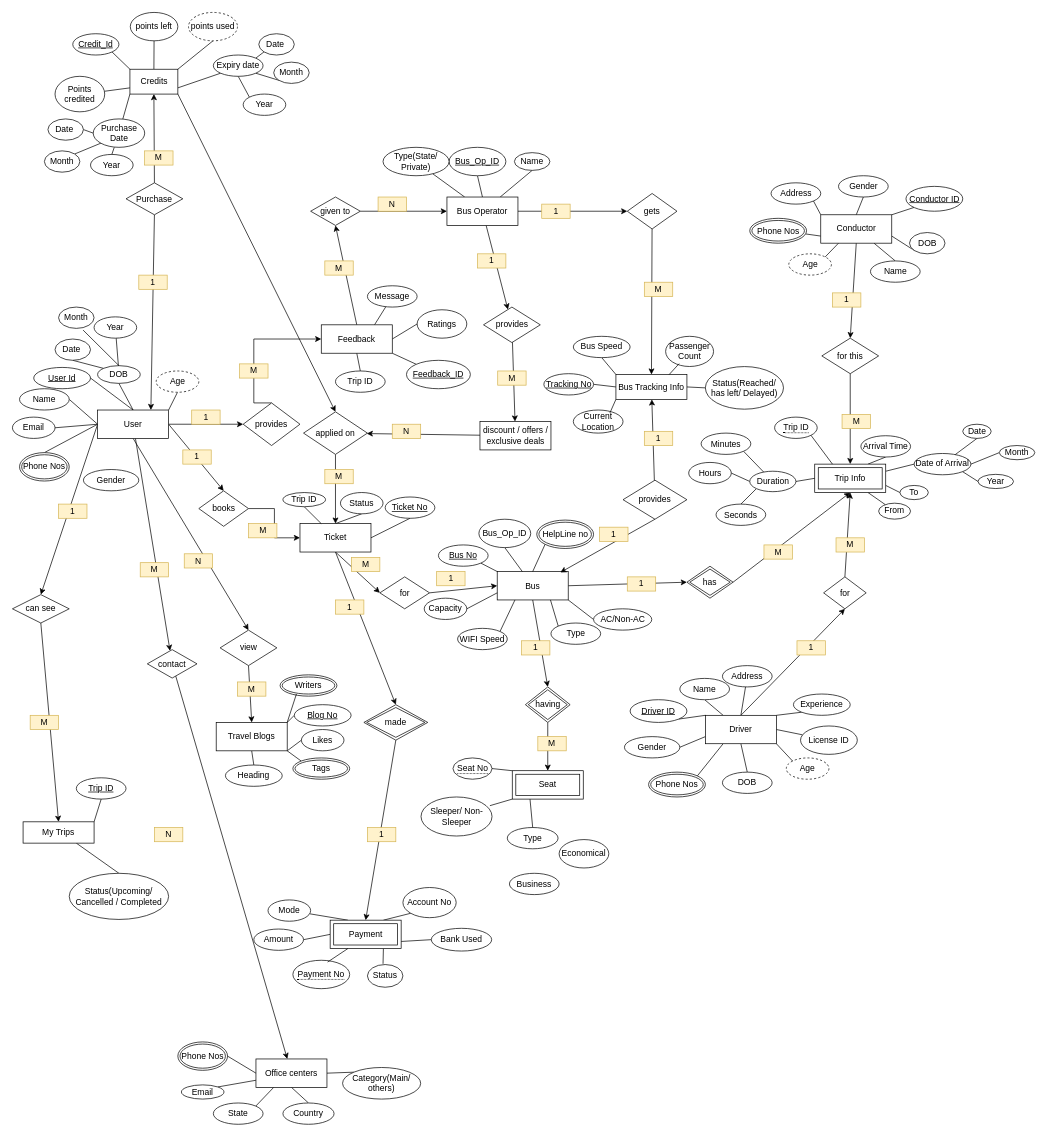
Before: Assignment1B.drawio in ritu456286/DBMS, a draw.io diagram. Source tidied: cells renumbered, new cells numbered last; positions are measured from the earlier drawing's top-left corner, leaving out a move shared by most shapes. Both pictures are drawn from the tidied source at 71%, with x=0, y=0 at pixel (12, 12).
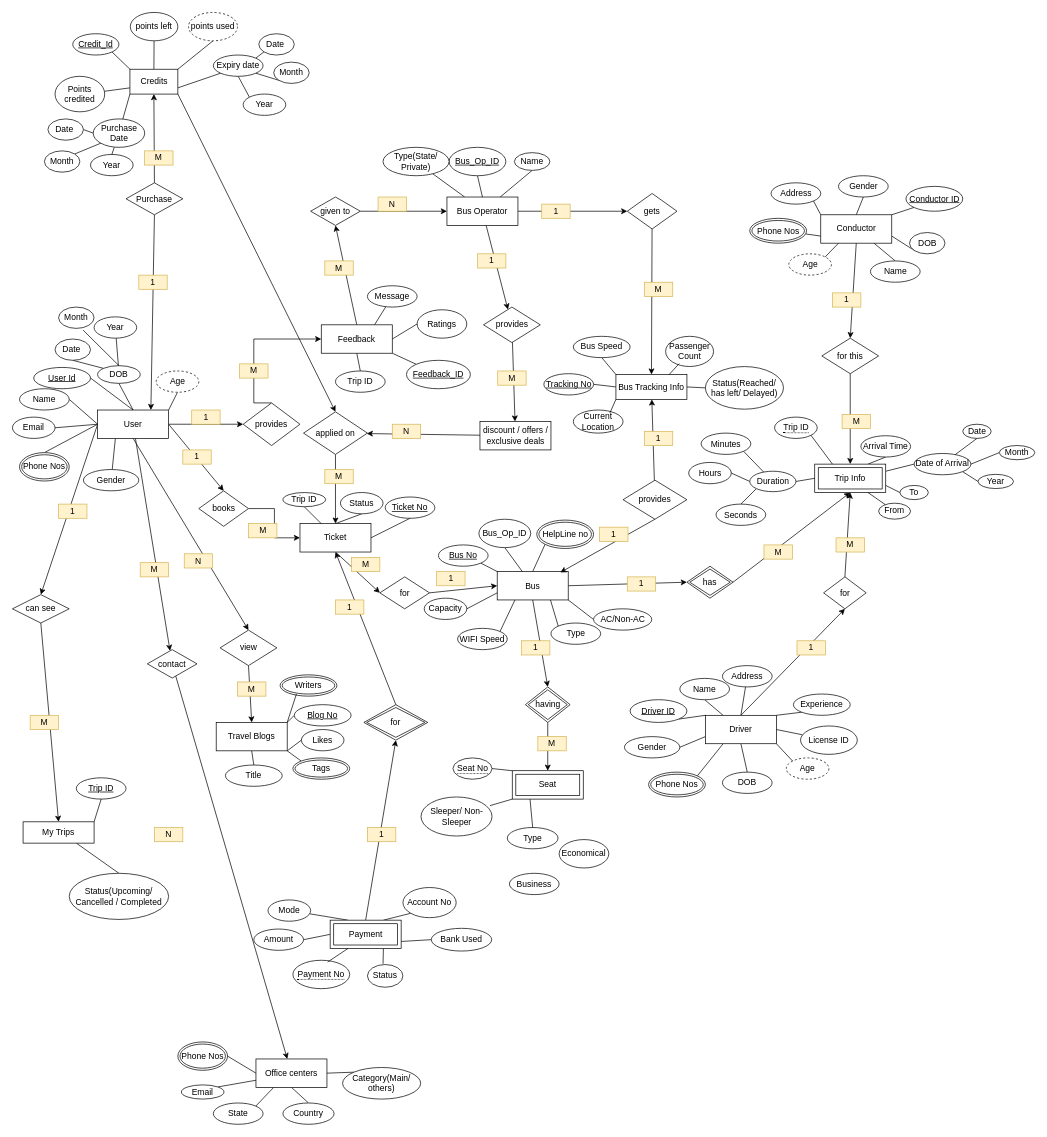
After the change.

Unchanged cells that the change refers to:
```xml
<mxCell id="13" value="User" style="whiteSpace=wrap;html=1;align=center;" parent="1" vertex="1">
  <mxGeometry x="120" y="560" width="100" height="40" as="geometry" />
</mxCell>
<mxCell id="41" value="Ticket" style="whiteSpace=wrap;html=1;align=center;" parent="1" vertex="1">
  <mxGeometry x="405" y="720" width="100" height="40" as="geometry" />
</mxCell>
<mxCell id="175" value="Payment" style="shape=ext;margin=3;double=1;whiteSpace=wrap;html=1;align=center;" parent="1" vertex="1">
  <mxGeometry x="447.5" y="1278.5" width="100" height="40" as="geometry" />
</mxCell>
<mxCell id="186" value="Gender" style="ellipse;whiteSpace=wrap;html=1;align=center;" parent="1" vertex="1">
  <mxGeometry x="100" y="643.8" width="78" height="30" as="geometry" />
</mxCell>
```

The edit, as a diff of the source:
```diff
@@
+    <mxCell id="291" style="rounded=0;jettySize=auto;html=1;exitX=0.25;exitY=1;exitDx=0;exitDy=0;endArrow=none;endFill=0;" parent="1" edge="1" source="13" target="186">
+      <mxGeometry relative="1" as="geometry" />
+    </mxCell>
@@
-    <mxCell id="38" style="edgeStyle=none;rounded=0;jettySize=auto;html=1;exitX=0.5;exitY=1;exitDx=0;exitDy=0;entryX=0.5;entryY=0;entryDx=0;entryDy=0;" parent="1" edge="1" source="41" target="177">
-      <mxGeometry relative="1" as="geometry" />
-    </mxCell>
@@
+    <mxCell id="292" style="rounded=0;jettySize=auto;html=1;exitX=0.5;exitY=0;exitDx=0;exitDy=0;entryX=0.5;entryY=1;entryDx=0;entryDy=0;" parent="1" edge="1" source="175" target="177">
+      <mxGeometry relative="1" as="geometry" />
+    </mxCell>
@@
-    <mxCell id="176" style="edgeStyle=none;rounded=0;jettySize=auto;html=1;exitX=0.5;exitY=1;exitDx=0;exitDy=0;entryX=0.5;entryY=0;entryDx=0;entryDy=0;" parent="1" edge="1" source="177" target="175">
-      <mxGeometry relative="1" as="geometry" />
-    </mxCell>
+    <mxCell id="293" style="rounded=0;jettySize=auto;html=1;exitX=0.5;exitY=0;exitDx=0;exitDy=0;entryX=0.5;entryY=1;entryDx=0;entryDy=0;" parent="1" edge="1" source="177" target="41">
+      <mxGeometry relative="1" as="geometry" />
+    </mxCell>
-    <mxCell id="177" value="made" style="shape=rhombus;double=1;perimeter=rhombusPerimeter;whiteSpace=wrap;html=1;align=center;" parent="1" vertex="1">
+    <mxCell id="177" value="for" style="shape=rhombus;double=1;perimeter=rhombusPerimeter;whiteSpace=wrap;html=1;align=center;" parent="1" vertex="1">
       <mxGeometry x="495" y="975" width="90" height="50" as="geometry" />
     </mxCell>
@@
-    <mxCell id="201" value="Heading" style="ellipse;whiteSpace=wrap;html=1;align=center;" parent="1" vertex="1">
+    <mxCell id="201" value="Title" style="ellipse;whiteSpace=wrap;html=1;align=center;" parent="1" vertex="1">
       <mxGeometry x="300" y="1060" width="80" height="30" as="geometry" />
     </mxCell>
```
